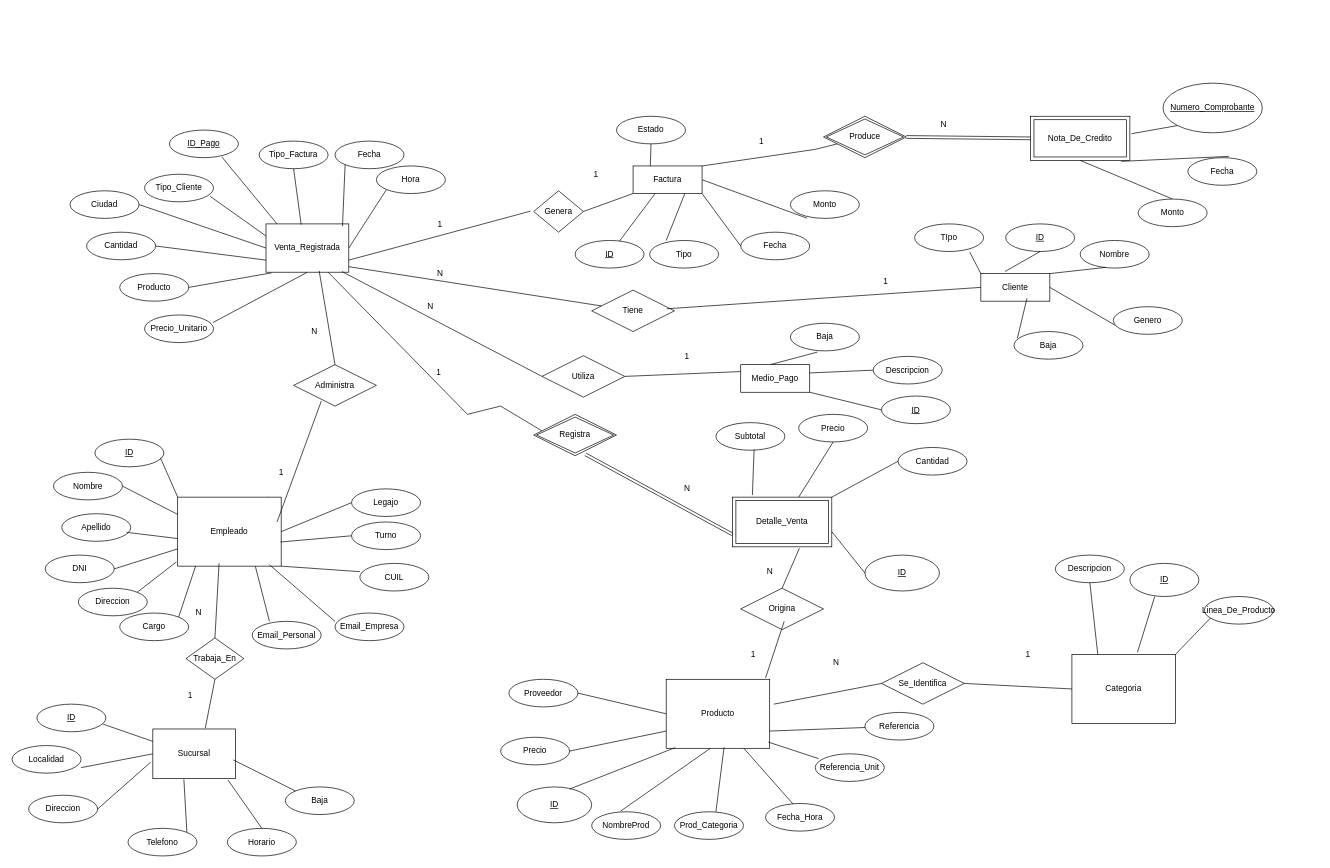
MirkoAhad/Aurora-DB keeps this draw.io diagram as DER.drawio. Above is the earlier version. Source tidied: cells renumbered, new cells numbered last; positions are measured from the earlier drawing's top-left corner, leaving out a move shared by most shapes. Both pictures are drawn from the tidied source at 69%, with x=0, y=0 at pixel (12, 17).
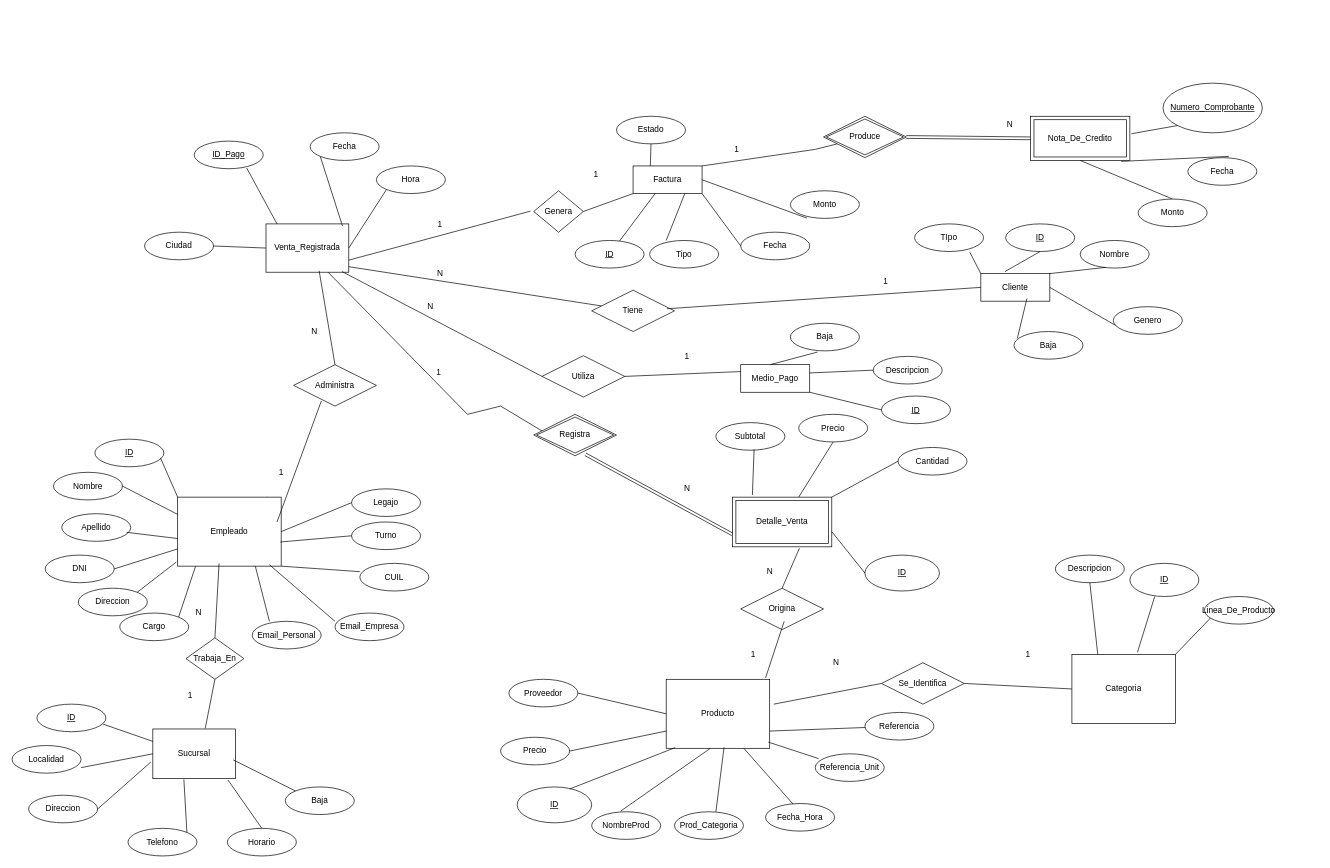
The same page after the edit.

Unchanged cells that the change refers to:
```xml
<mxCell id="2" value="Venta_Registrada" style="whiteSpace=wrap;html=1;align=center;perimeterSpacing=0;strokeWidth=1;" parent="1" vertex="1">
  <mxGeometry x="368" y="300" width="120" height="70" as="geometry" />
</mxCell>
```

Change to the diagram source:
```diff
@@
-    <mxCell id="3" value="Tipo_Cliente" style="ellipse;whiteSpace=wrap;html=1;align=center;" parent="1" vertex="1">
-      <mxGeometry x="192" y="228" width="100" height="40" as="geometry" />
-    </mxCell>
-    <mxCell id="4" value="Tipo_Factura" style="ellipse;whiteSpace=wrap;html=1;align=center;" parent="1" vertex="1">
-      <mxGeometry x="358" y="180" width="100" height="40" as="geometry" />
-    </mxCell>
     <mxCell id="5" value="Ciudad" style="ellipse;whiteSpace=wrap;html=1;align=center;" parent="1" vertex="1">
-      <mxGeometry x="84" y="252" width="100" height="40" as="geometry" />
+      <mxGeometry x="192" y="312" width="100" height="40" as="geometry" />
     </mxCell>
@@
     <mxCell id="7" value="ID_Pago" style="ellipse;whiteSpace=wrap;html=1;align=center;fontStyle=4;" parent="1" vertex="1">
-      <mxGeometry x="228" y="164" width="100" height="40" as="geometry" />
+      <mxGeometry x="264" y="180" width="100" height="40" as="geometry" />
     </mxCell>
@@
     <mxCell id="10" value="Fecha" style="ellipse;whiteSpace=wrap;html=1;align=center;" parent="1" vertex="1">
-      <mxGeometry x="468" y="180" width="100" height="40" as="geometry" />
+      <mxGeometry x="432" y="168" width="100" height="40" as="geometry" />
     </mxCell>
-    <mxCell id="11" value="Cantidad" style="ellipse;whiteSpace=wrap;html=1;align=center;" parent="1" vertex="1">
-      <mxGeometry x="108" y="312" width="100" height="40" as="geometry" />
-    </mxCell>
-    <mxCell id="12" value="Precio_Unitario" style="ellipse;whiteSpace=wrap;html=1;align=center;" parent="1" vertex="1">
-      <mxGeometry x="192" y="432" width="100" height="40" as="geometry" />
-    </mxCell>
-    <mxCell id="13" value="Producto" style="ellipse;whiteSpace=wrap;html=1;align=center;" parent="1" vertex="1">
-      <mxGeometry x="156" y="372" width="100" height="40" as="geometry" />
-    </mxCell>
@@
-    <mxCell id="82" style="endArrow=none;html=1;rounded=0;exitX=0.99;exitY=0.275;exitDx=0;exitDy=0;exitPerimeter=0;entryX=0.5;entryY=1;entryDx=0;entryDy=0;" parent="1" edge="1" source="12" target="2">
-      <mxGeometry relative="1" as="geometry" />
-    </mxCell>
@@
-    <mxCell id="141" style="endArrow=none;html=1;rounded=0;entryX=0.5;entryY=1;entryDx=0;entryDy=0;exitX=0.425;exitY=0.014;exitDx=0;exitDy=0;exitPerimeter=0;" parent="1" edge="1" source="2" target="4">
-      <mxGeometry relative="1" as="geometry" />
-    </mxCell>
@@
-    <mxCell id="143" style="endArrow=none;html=1;rounded=0;entryX=0;entryY=0.25;entryDx=0;entryDy=0;exitX=0.95;exitY=0.8;exitDx=0;exitDy=0;exitPerimeter=0;" parent="1" edge="1" source="3" target="2">
-      <mxGeometry relative="1" as="geometry" />
-    </mxCell>
@@
-    <mxCell id="145" style="endArrow=none;html=1;rounded=0;entryX=0;entryY=0.75;entryDx=0;entryDy=0;exitX=1;exitY=0.5;exitDx=0;exitDy=0;" parent="1" edge="1" source="11" target="2">
-      <mxGeometry relative="1" as="geometry" />
-    </mxCell>
-    <mxCell id="146" style="endArrow=none;html=1;rounded=0;entryX=0.067;entryY=1.014;entryDx=0;entryDy=0;entryPerimeter=0;exitX=1;exitY=0.5;exitDx=0;exitDy=0;" parent="1" edge="1" source="13" target="2">
-      <mxGeometry relative="1" as="geometry" />
-    </mxCell>
@@
     <mxCell id="154" value="N" style="text;html=1;align=center;verticalAlign=middle;strokeColor=none;fillColor=none;" parent="1" vertex="1">
-      <mxGeometry x="1332" y="144" width="36" height="24" as="geometry" />
+      <mxGeometry x="1428" y="144" width="36" height="24" as="geometry" />
     </mxCell>
     <mxCell id="155" value="1" style="text;html=1;align=center;verticalAlign=middle;strokeColor=none;fillColor=none;" parent="1" vertex="1">
-      <mxGeometry x="1068" y="168" width="36" height="24" as="geometry" />
+      <mxGeometry x="1032" y="180" width="36" height="24" as="geometry" />
     </mxCell>
```
